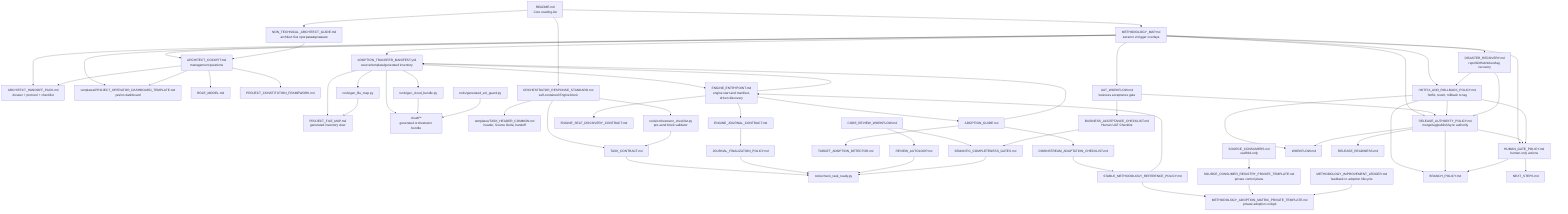
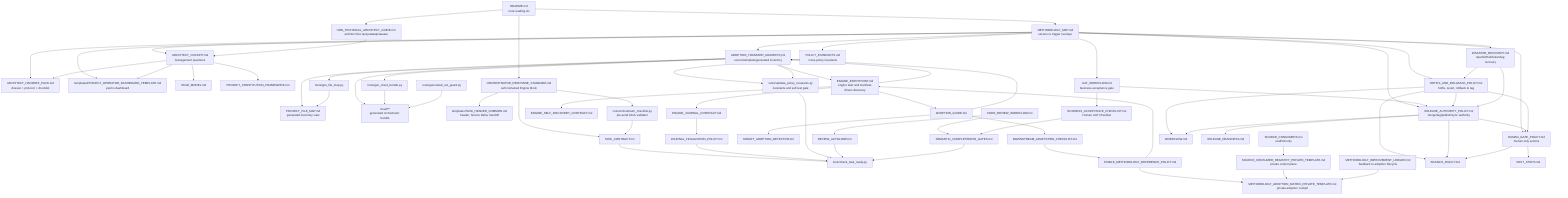
flowchart TB
  README["README.md<br/>Core reading-list"]
  MAP["METHODOLOGY_MAP.md<br/>каталог и trigger overlays"]
  MANIFEST["ADOPTION_TRANSFER_MANIFEST.yml<br/>source/template/generated inventory"]
  FILEMAP["PROJECT_FILE_MAP.md<br/>generated inventory view"]
  CLOUD["cloud/**<br/>generated orchestrator bundle"]
  NONTECH["NON_TECHNICAL_ARCHITECT_GUIDE.md<br/>architect без программирования"]
  COCKPIT["ARCHITECT_COCKPIT.md<br/>management questions"]
  HANDOFF["ARCHITECT_HANDOFF_PACK.md<br/>dossier + protocol + checklist"]
  OPDASH["templates/PROJECT_OPERATOR_DASHBOARD_TEMPLATE.md<br/>yes/no dashboard"]
  ROLE["ROLE_MODEL.md"]
  CONSTITUTION["PROJECT_CONSTITUTION_FRAMEWORK.md"]

  ORCH["ORCHESTRATOR_RESPONSE_STANDARD.md<br/>self-contained Engine block"]
  TASKHEADER["templates/TASK_HEADER_COMMON.md<br/>header, Source Delta, handoff"]
  ORCHCHECK["tools/orchestrator_checklist.py<br/>pre-send block validator"]

  ENTRY["ENGINE_ENTRYPOINT.md<br/>engine start and manifest-driven discovery"]
  SELF["ENGINE_SELF_DISCOVERY_CONTRACT.md"]
  TASKCONTRACT["TASK_CONTRACT.md"]
  JOURNAL["ENGINE_JOURNAL_CONTRACT.md"]
  FINALIZE["JOURNAL_FINALIZATION_POLICY.md"]
  READY["tools/check_task_ready.py"]
+   POLICYINV["POLICY_INVARIANTS.md<br/>cross-policy invariants"]
+   POLICYCHECK["tools/validate_policy_invariants.py<br/>invariants and self-test gate"]

  ADOPT["ADOPTION_GUIDE.md"]
  DETECTOR["TARGET_ADOPTION_DETECTOR.md"]
  CHECKLIST["DOWNSTREAM_ADAPTATION_CHECKLIST.md"]
  STABLE["STABLE_METHODOLOGY_REFERENCE_POLICY.md"]
  SOURCECONSUMERS["SOURCE_CONSUMERS.md<br/>scaffold-only"]
  PRIVREG["SOURCE_CONSUMER_REGISTRY_PRIVATE_TEMPLATE.md<br/>private control plane"]
  ADOPTIONMATRIX["METHODOLOGY_ADOPTION_MATRIX_PRIVATE_TEMPLATE.md<br/>private adoption cockpit"]
  MIRLEDGER["METHODOLOGY_IMPROVEMENT_LEDGER.md<br/>feedback to adoption lifecycle"]

  REVIEW["CODE_REVIEW_WORKFLOW.md"]
  AUTOLOOP["REVIEW_AUTOLOOP.md"]
  SEMANTIC["SEMANTIC_COMPLETENESS_GATES.md"]

  RELEASEAUTH["RELEASE_AUTHORITY_POLICY.md<br/>merge/tag/publish/sync authority"]
  HUMANGATE["HUMAN_GATE_POLICY.md<br/>human-only actions"]
  UAT["UAT_WORKFLOW.md<br/>business acceptance gate"]
  UATCHECK["BUSINESS_ACCEPTANCE_CHECKLIST.md<br/>Human UAT Checklist"]
  HOTFIX["HOTFIX_AND_ROLLBACK_POLICY.md<br/>hotfix, revert, rollback to tag"]
  DR["DISASTER_RECOVERY.md<br/>repo/GitHub/token/tag recovery"]
  BRANCH["BRANCH_POLICY.md"]
  WORKFLOW["WORKFLOW.md"]
  READINESS["RELEASE_READINESS.md"]
  NEXT["NEXT_STEPS.md"]

  GENMAP["tools/gen_file_map.py"]
  GENCLOUD["tools/gen_cloud_bundle.py"]
  EOL["tools/generated_eol_guard.py"]

  README --> MAP
  README --> NONTECH
  README --> ORCH
  MAP --> MANIFEST
  MAP --> COCKPIT
  MAP --> HANDOFF
  MAP --> OPDASH
  NONTECH --> COCKPIT
  COCKPIT --> HANDOFF
  COCKPIT --> OPDASH
  COCKPIT --> ROLE
  COCKPIT --> CONSTITUTION
  MANIFEST --> FILEMAP
  MANIFEST --> CLOUD
  MANIFEST --> ENTRY

  ORCH --> TASKHEADER
  ORCH --> ORCHCHECK
  ORCH --> TASKCONTRACT
  ORCHCHECK --> TASKCONTRACT

  ENTRY --> SELF
  ENTRY --> MANIFEST
  ENTRY --> ADOPT
  ENTRY --> JOURNAL
  TASKCONTRACT --> READY
  JOURNAL --> FINALIZE
  FINALIZE --> READY
+   POLICYINV --> POLICYCHECK
+   POLICYCHECK --> READY

  ADOPT --> DETECTOR
  ADOPT --> MANIFEST
  ADOPT --> CHECKLIST
  CHECKLIST --> STABLE
  STABLE --> ENTRY
  STABLE --> ADOPTIONMATRIX
  SOURCECONSUMERS --> PRIVREG
  PRIVREG --> ADOPTIONMATRIX
  MIRLEDGER --> ADOPTIONMATRIX

  REVIEW --> AUTOLOOP
  REVIEW --> SEMANTIC
  AUTOLOOP --> READY
  SEMANTIC --> READY

  MAP --> RELEASEAUTH
+   MAP --> POLICYINV
  MAP --> HUMANGATE
  MAP --> UAT
  MAP --> HOTFIX
  MAP --> DR
  RELEASEAUTH --> HUMANGATE
  UAT --> UATCHECK
  UAT --> RELEASEAUTH
  UATCHECK --> SEMANTIC
  HOTFIX --> RELEASEAUTH
  HOTFIX --> HUMANGATE
  HOTFIX --> BRANCH
  HOTFIX --> WORKFLOW
  DR --> HOTFIX
  DR --> RELEASEAUTH
  RELEASEAUTH --> BRANCH
  RELEASEAUTH --> WORKFLOW
  RELEASEAUTH --> READINESS
  HUMANGATE --> BRANCH
  HUMANGATE --> NEXT

  MANIFEST --> GENMAP
  MANIFEST --> GENCLOUD
+   MANIFEST --> POLICYCHECK
  GENMAP --> FILEMAP
  GENCLOUD --> CLOUD
  EOL --> CLOUD
